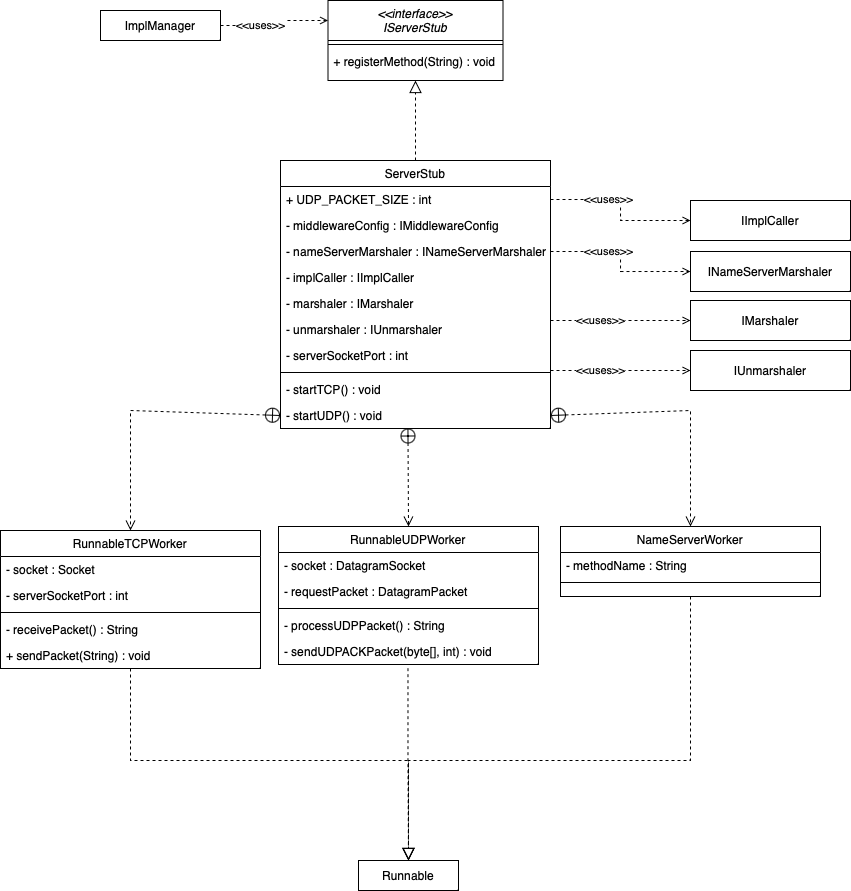
Before: doku-middleware/ServerStub-ClassDiagramm.drawio.png, a diagram exported from draw.io (PrismFox/tron-game). Source tidied: cells renumbered, new cells last; positions are measured from the earlier drawing's top-left corner, leaving out a move shared by most shapes. Its diagram source:
```xml
<mxGraphModel>
  <root>
    <mxCell id="0" />
    <mxCell id="1" parent="0" />
    <mxCell id="2" value="&lt;&lt;interface&gt;&gt;&#10;IServerStub" style="swimlane;fontStyle=2;align=center;verticalAlign=top;horizontal=1;startSize=40;rounded=0;shadow=0;strokeWidth=1;" parent="1" vertex="1">
      <mxGeometry x="327.5" width="175" height="80" as="geometry" />
    </mxCell>
    <mxCell id="3" style="line;html=1;strokeWidth=1;align=left;verticalAlign=middle;spacingTop=-1;spacingLeft=3;spacingRight=3;labelPosition=right;" parent="2" vertex="1">
      <mxGeometry y="40" width="175" height="8" as="geometry" />
    </mxCell>
    <mxCell id="4" value="+ registerMethod(String) : void " style="text;align=left;verticalAlign=top;spacingLeft=4;spacingRight=4;overflow=hidden;" parent="2" vertex="1">
      <mxGeometry y="48" width="175" height="26" as="geometry" />
    </mxCell>
    <mxCell id="5" value="ServerStub" style="swimlane;fontStyle=0;align=center;verticalAlign=top;horizontal=1;startSize=26;rounded=0;shadow=0;strokeWidth=1;" parent="1" vertex="1">
      <mxGeometry x="280" y="160" width="270" height="268" as="geometry" />
    </mxCell>
    <mxCell id="6" value="+ UDP_PACKET_SIZE : int" style="text;align=left;verticalAlign=top;spacingLeft=4;spacingRight=4;overflow=hidden;points=[[0,0.5],[1,0.5]];portConstraint=eastwest;" parent="5" vertex="1">
      <mxGeometry y="26" width="270" height="26" as="geometry" />
    </mxCell>
    <mxCell id="7" value="- middlewareConfig : IMiddlewareConfig" style="text;align=left;verticalAlign=top;spacingLeft=4;spacingRight=4;overflow=hidden;" parent="5" vertex="1">
      <mxGeometry y="52" width="270" height="26" as="geometry" />
    </mxCell>
    <mxCell id="8" value="- nameServerMarshaler : INameServerMarshaler" style="text;align=left;verticalAlign=top;spacingLeft=4;spacingRight=4;overflow=hidden;points=[[0,0.5],[1,0.5]];portConstraint=eastwest;" parent="5" vertex="1">
      <mxGeometry y="78" width="270" height="26" as="geometry" />
    </mxCell>
    <mxCell id="9" value="- implCaller : IImplCaller" style="text;align=left;verticalAlign=top;spacingLeft=4;spacingRight=4;overflow=hidden;" parent="5" vertex="1">
      <mxGeometry y="104" width="270" height="26" as="geometry" />
    </mxCell>
    <mxCell id="10" value="- marshaler : IMarshaler" style="text;align=left;verticalAlign=top;spacingLeft=4;spacingRight=4;overflow=hidden;" parent="5" vertex="1">
      <mxGeometry y="130" width="270" height="26" as="geometry" />
    </mxCell>
    <mxCell id="11" value="- unmarshaler : IUnmarshaler " style="text;align=left;verticalAlign=top;spacingLeft=4;spacingRight=4;overflow=hidden;" parent="5" vertex="1">
      <mxGeometry y="156" width="270" height="26" as="geometry" />
    </mxCell>
    <mxCell id="12" value="- serverSocketPort : int" style="text;align=left;verticalAlign=top;spacingLeft=4;spacingRight=4;overflow=hidden;" parent="5" vertex="1">
      <mxGeometry y="182" width="270" height="26" as="geometry" />
    </mxCell>
    <mxCell id="13" style="line;html=1;strokeWidth=1;align=left;verticalAlign=middle;spacingTop=-1;spacingLeft=3;spacingRight=3;labelPosition=right;" parent="5" vertex="1">
      <mxGeometry y="208" width="270" height="8" as="geometry" />
    </mxCell>
    <mxCell id="14" value="- startTCP() : void" style="text;align=left;verticalAlign=top;spacingLeft=4;spacingRight=4;overflow=hidden;" parent="5" vertex="1">
      <mxGeometry y="216" width="270" height="26" as="geometry" />
    </mxCell>
    <mxCell id="15" value="- startUDP() : void" style="text;align=left;verticalAlign=top;spacingLeft=4;spacingRight=4;overflow=hidden;points=[[0,0.5],[1,0.5]];portConstraint=eastwest;" parent="5" vertex="1">
      <mxGeometry y="242" width="270" height="26" as="geometry" />
    </mxCell>
    <mxCell id="16" style="endArrow=block;endSize=10;endFill=0;shadow=0;strokeWidth=1;rounded=0;edgeStyle=elbowEdgeStyle;elbow=vertical;dashed=1;" parent="1" edge="1" source="5" target="2">
      <mxGeometry relative="1" as="geometry" />
    </mxCell>
    <mxCell id="17" value="RunnableTCPWorker" style="swimlane;fontStyle=0;align=center;verticalAlign=top;horizontal=1;startSize=26;rounded=0;shadow=0;strokeWidth=1;" parent="1" vertex="1">
      <mxGeometry y="530" width="260" height="138" as="geometry" />
    </mxCell>
    <mxCell id="18" value="- socket : Socket" style="text;align=left;verticalAlign=top;spacingLeft=4;spacingRight=4;overflow=hidden;" parent="17" vertex="1">
      <mxGeometry y="26" width="260" height="26" as="geometry" />
    </mxCell>
    <mxCell id="19" value="- serverSocketPort : int" style="text;align=left;verticalAlign=top;spacingLeft=4;spacingRight=4;overflow=hidden;" parent="17" vertex="1">
      <mxGeometry y="52" width="260" height="26" as="geometry" />
    </mxCell>
    <mxCell id="20" style="line;html=1;strokeWidth=1;align=left;verticalAlign=middle;spacingTop=-1;spacingLeft=3;spacingRight=3;labelPosition=right;" parent="17" vertex="1">
      <mxGeometry y="78" width="260" height="8" as="geometry" />
    </mxCell>
    <mxCell id="21" value="- receivePacket() : String" style="text;align=left;verticalAlign=top;spacingLeft=4;spacingRight=4;overflow=hidden;" parent="17" vertex="1">
      <mxGeometry y="86" width="260" height="26" as="geometry" />
    </mxCell>
    <mxCell id="22" value="+ sendPacket(String) : void" style="text;align=left;verticalAlign=top;spacingLeft=4;spacingRight=4;overflow=hidden;" parent="17" vertex="1">
      <mxGeometry y="112" width="260" height="26" as="geometry" />
    </mxCell>
    <mxCell id="23" value="RunnableUDPWorker" style="swimlane;fontStyle=0;align=center;verticalAlign=top;horizontal=1;startSize=26;rounded=0;shadow=0;strokeWidth=1;" parent="1" vertex="1">
      <mxGeometry x="278" y="526" width="260" height="138" as="geometry" />
    </mxCell>
    <mxCell id="24" value="- socket : DatagramSocket" style="text;align=left;verticalAlign=top;spacingLeft=4;spacingRight=4;overflow=hidden;" parent="23" vertex="1">
      <mxGeometry y="26" width="260" height="26" as="geometry" />
    </mxCell>
    <mxCell id="25" value="- requestPacket : DatagramPacket" style="text;align=left;verticalAlign=top;spacingLeft=4;spacingRight=4;overflow=hidden;" parent="23" vertex="1">
      <mxGeometry y="52" width="260" height="26" as="geometry" />
    </mxCell>
    <mxCell id="26" style="line;html=1;strokeWidth=1;align=left;verticalAlign=middle;spacingTop=-1;spacingLeft=3;spacingRight=3;labelPosition=right;" parent="23" vertex="1">
      <mxGeometry y="78" width="260" height="8" as="geometry" />
    </mxCell>
    <mxCell id="27" value="- processUDPPacket() : String" style="text;align=left;verticalAlign=top;spacingLeft=4;spacingRight=4;overflow=hidden;" parent="23" vertex="1">
      <mxGeometry y="86" width="260" height="26" as="geometry" />
    </mxCell>
    <mxCell id="28" value="- sendUDPACKPacket(byte[], int) : void" style="text;align=left;verticalAlign=top;spacingLeft=4;spacingRight=4;overflow=hidden;points=[[0,0.5],[1,0.5]];portConstraint=eastwest;" parent="23" vertex="1">
      <mxGeometry y="112" width="260" height="26" as="geometry" />
    </mxCell>
    <mxCell id="29" value="NameServerWorker" style="swimlane;fontStyle=0;align=center;verticalAlign=top;horizontal=1;startSize=26;rounded=0;shadow=0;strokeWidth=1;" parent="1" vertex="1">
      <mxGeometry x="560" y="526" width="260" height="70" as="geometry" />
    </mxCell>
    <mxCell id="30" value="- methodName : String" style="text;align=left;verticalAlign=top;spacingLeft=4;spacingRight=4;overflow=hidden;" parent="29" vertex="1">
      <mxGeometry y="26" width="260" height="26" as="geometry" />
    </mxCell>
    <mxCell id="31" style="line;html=1;strokeWidth=1;align=left;verticalAlign=middle;spacingTop=-1;spacingLeft=3;spacingRight=3;labelPosition=right;" parent="29" vertex="1">
      <mxGeometry y="52" width="260" height="8" as="geometry" />
    </mxCell>
    <mxCell id="32" value="Runnable" style="rounded=0;whiteSpace=wrap;html=1;" parent="1" vertex="1">
      <mxGeometry x="358" y="860" width="100" height="30" as="geometry" />
    </mxCell>
    <mxCell id="33" value="INameServerMarshaler" style="rounded=0;whiteSpace=wrap;html=1;" parent="1" vertex="1">
      <mxGeometry x="690" y="251" width="160" height="40" as="geometry" />
    </mxCell>
    <mxCell id="34" style="edgeStyle=orthogonalEdgeStyle;rounded=0;jettySize=auto;html=1;entryX=0;entryY=0.5;entryDx=0;entryDy=0;dashed=1;endArrow=open;endFill=0;exitX=1;exitY=0.5;exitDx=0;exitDy=0;" parent="1" edge="1" source="8" target="33">
      <mxGeometry relative="1" as="geometry" />
    </mxCell>
    <mxCell id="35" value="&amp;lt;&amp;lt;uses&amp;gt;&amp;gt;" style="edgeLabel;html=1;align=center;verticalAlign=middle;" parent="34" vertex="1">
      <mxGeometry x="-0.29" relative="1" as="geometry" />
    </mxCell>
    <mxCell id="36" style="endArrow=open;startArrow=circlePlus;endFill=0;startFill=0;endSize=8;html=1;rounded=0;dashed=1;entryX=0.5;entryY=0;entryDx=0;entryDy=0;exitX=0.472;exitY=0.981;exitDx=0;exitDy=0;exitPerimeter=0;" parent="1" edge="1" source="15" target="23">
      <mxGeometry relative="1" as="geometry" />
    </mxCell>
    <mxCell id="37" style="endArrow=open;startArrow=circlePlus;endFill=0;startFill=0;endSize=8;html=1;rounded=0;dashed=1;entryX=0.5;entryY=0;entryDx=0;entryDy=0;exitX=1;exitY=0.5;exitDx=0;exitDy=0;" parent="1" edge="1" source="15" target="29">
      <mxGeometry relative="1" as="geometry">
        <Array as="points">
          <mxPoint x="690" y="410" />
        </Array>
      </mxGeometry>
    </mxCell>
    <mxCell id="38" style="endArrow=open;startArrow=circlePlus;endFill=0;startFill=0;endSize=8;html=1;rounded=0;dashed=1;entryX=0.5;entryY=0;entryDx=0;entryDy=0;exitX=0;exitY=0.5;exitDx=0;exitDy=0;" parent="1" edge="1" source="15" target="17">
      <mxGeometry relative="1" as="geometry">
        <Array as="points">
          <mxPoint x="130" y="410" />
        </Array>
      </mxGeometry>
    </mxCell>
    <mxCell id="39" style="endArrow=block;endSize=10;endFill=0;shadow=0;strokeWidth=1;rounded=0;edgeStyle=elbowEdgeStyle;elbow=vertical;dashed=1;exitX=0.5;exitY=1;exitDx=0;exitDy=0;entryX=0.5;entryY=0;entryDx=0;entryDy=0;" parent="1" edge="1" source="29" target="32">
      <mxGeometry relative="1" as="geometry">
        <Array as="points">
          <mxPoint x="550" y="760" />
        </Array>
      </mxGeometry>
    </mxCell>
    <mxCell id="40" style="endArrow=block;endSize=10;endFill=0;shadow=0;strokeWidth=1;rounded=0;edgeStyle=elbowEdgeStyle;elbow=vertical;dashed=1;exitX=0.5;exitY=1;exitDx=0;exitDy=0;entryX=0.5;entryY=0;entryDx=0;entryDy=0;" parent="1" edge="1" source="17" target="32">
      <mxGeometry relative="1" as="geometry">
        <Array as="points">
          <mxPoint x="260" y="760" />
        </Array>
      </mxGeometry>
    </mxCell>
    <mxCell id="41" style="endArrow=block;endSize=10;endFill=0;shadow=0;strokeWidth=1;rounded=0;edgeStyle=elbowEdgeStyle;elbow=vertical;dashed=1;exitX=0.498;exitY=1.141;exitDx=0;exitDy=0;entryX=0.5;entryY=0;entryDx=0;entryDy=0;exitPerimeter=0;" parent="1" edge="1" source="28" target="32">
      <mxGeometry relative="1" as="geometry" />
    </mxCell>
    <mxCell id="42" value="ImplManager" style="rounded=0;whiteSpace=wrap;html=1;" parent="1" vertex="1">
      <mxGeometry x="100" y="10" width="120" height="30" as="geometry" />
    </mxCell>
    <mxCell id="43" style="edgeStyle=orthogonalEdgeStyle;rounded=0;jettySize=auto;html=1;entryX=0;entryY=0.25;entryDx=0;entryDy=0;dashed=1;endArrow=open;endFill=0;exitX=1;exitY=0.5;exitDx=0;exitDy=0;" parent="1" edge="1" source="42" target="2">
      <mxGeometry relative="1" as="geometry" />
    </mxCell>
    <mxCell id="44" value="&amp;lt;&amp;lt;uses&amp;gt;&amp;gt;" style="edgeLabel;html=1;align=center;verticalAlign=middle;" parent="43" vertex="1">
      <mxGeometry x="-0.29" relative="1" as="geometry" />
    </mxCell>
    <mxCell id="45" value="IImplCaller" style="rounded=0;whiteSpace=wrap;html=1;" parent="1" vertex="1">
      <mxGeometry x="690" y="200" width="160" height="40" as="geometry" />
    </mxCell>
    <mxCell id="46" style="edgeStyle=orthogonalEdgeStyle;rounded=0;jettySize=auto;html=1;entryX=0;entryY=0.5;entryDx=0;entryDy=0;dashed=1;endArrow=open;endFill=0;exitX=1;exitY=0.5;exitDx=0;exitDy=0;" parent="1" edge="1" source="6" target="45">
      <mxGeometry relative="1" as="geometry" />
    </mxCell>
    <mxCell id="47" value="&amp;lt;&amp;lt;uses&amp;gt;&amp;gt;" style="edgeLabel;html=1;align=center;verticalAlign=middle;" parent="46" vertex="1">
      <mxGeometry x="-0.29" relative="1" as="geometry" />
    </mxCell>
    <mxCell id="48" value="IMarshaler" style="rounded=0;whiteSpace=wrap;html=1;" parent="1" vertex="1">
      <mxGeometry x="690" y="300" width="160" height="40" as="geometry" />
    </mxCell>
    <mxCell id="49" style="edgeStyle=orthogonalEdgeStyle;rounded=0;jettySize=auto;html=1;entryX=0;entryY=0.5;entryDx=0;entryDy=0;dashed=1;endArrow=open;endFill=0;exitX=1;exitY=0.5;exitDx=0;exitDy=0;" parent="1" edge="1" target="48">
      <mxGeometry relative="1" as="geometry">
        <mxPoint x="550" y="320" as="sourcePoint" />
      </mxGeometry>
    </mxCell>
    <mxCell id="50" value="&amp;lt;&amp;lt;uses&amp;gt;&amp;gt;" style="edgeLabel;html=1;align=center;verticalAlign=middle;" parent="49" vertex="1">
      <mxGeometry x="-0.29" relative="1" as="geometry" />
    </mxCell>
    <mxCell id="51" value="IUnmarshaler" style="rounded=0;whiteSpace=wrap;html=1;" parent="1" vertex="1">
      <mxGeometry x="690" y="350" width="160" height="40" as="geometry" />
    </mxCell>
    <mxCell id="52" style="edgeStyle=orthogonalEdgeStyle;rounded=0;jettySize=auto;html=1;entryX=0;entryY=0.5;entryDx=0;entryDy=0;dashed=1;endArrow=open;endFill=0;exitX=1;exitY=0.5;exitDx=0;exitDy=0;" parent="1" edge="1" target="51">
      <mxGeometry relative="1" as="geometry">
        <mxPoint x="550" y="370" as="sourcePoint" />
      </mxGeometry>
    </mxCell>
    <mxCell id="53" value="&amp;lt;&amp;lt;uses&amp;gt;&amp;gt;" style="edgeLabel;html=1;align=center;verticalAlign=middle;" parent="52" vertex="1">
      <mxGeometry x="-0.29" relative="1" as="geometry" />
    </mxCell>
  </root>
</mxGraphModel>
```
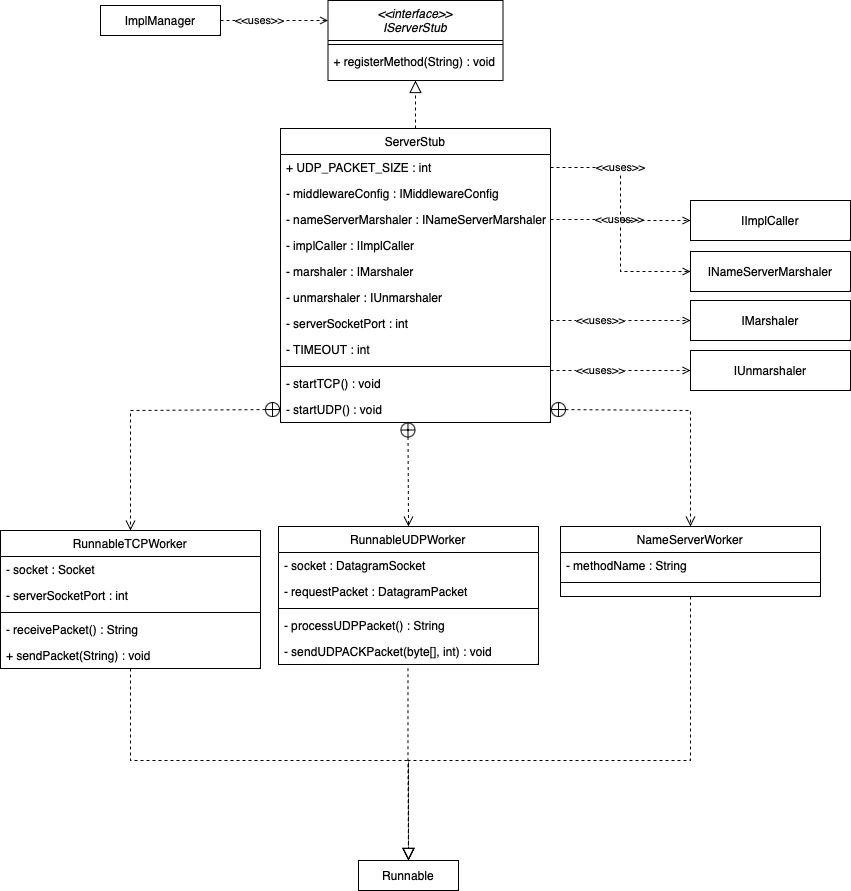
After the commit.

What changed in the source:
```diff
@@ -12,7 +12,7 @@
       <mxGeometry y="48" width="175" height="26" as="geometry" />
     </mxCell>
     <mxCell id="5" value="ServerStub" style="swimlane;fontStyle=0;align=center;verticalAlign=top;horizontal=1;startSize=26;rounded=0;shadow=0;strokeWidth=1;" parent="1" vertex="1">
-      <mxGeometry x="280" y="160" width="270" height="268" as="geometry" />
+      <mxGeometry x="280" y="128" width="270" height="294" as="geometry" />
     </mxCell>
     <mxCell id="6" value="+ UDP_PACKET_SIZE : int" style="text;align=left;verticalAlign=top;spacingLeft=4;spacingRight=4;overflow=hidden;points=[[0,0.5],[1,0.5]];portConstraint=eastwest;" parent="5" vertex="1">
       <mxGeometry y="26" width="270" height="26" as="geometry" />
@@ -35,14 +35,17 @@
     <mxCell id="12" value="- serverSocketPort : int" style="text;align=left;verticalAlign=top;spacingLeft=4;spacingRight=4;overflow=hidden;" parent="5" vertex="1">
       <mxGeometry y="182" width="270" height="26" as="geometry" />
     </mxCell>
+    <mxCell id="54" value="- TIMEOUT : int" style="text;align=left;verticalAlign=top;spacingLeft=4;spacingRight=4;overflow=hidden;" parent="5" vertex="1">
+      <mxGeometry y="208" width="270" height="26" as="geometry" />
+    </mxCell>
     <mxCell id="13" style="line;html=1;strokeWidth=1;align=left;verticalAlign=middle;spacingTop=-1;spacingLeft=3;spacingRight=3;labelPosition=right;" parent="5" vertex="1">
-      <mxGeometry y="208" width="270" height="8" as="geometry" />
+      <mxGeometry y="234" width="270" height="8" as="geometry" />
     </mxCell>
     <mxCell id="14" value="- startTCP() : void" style="text;align=left;verticalAlign=top;spacingLeft=4;spacingRight=4;overflow=hidden;" parent="5" vertex="1">
-      <mxGeometry y="216" width="270" height="26" as="geometry" />
+      <mxGeometry y="242" width="270" height="26" as="geometry" />
     </mxCell>
     <mxCell id="15" value="- startUDP() : void" style="text;align=left;verticalAlign=top;spacingLeft=4;spacingRight=4;overflow=hidden;points=[[0,0.5],[1,0.5]];portConstraint=eastwest;" parent="5" vertex="1">
-      <mxGeometry y="242" width="270" height="26" as="geometry" />
+      <mxGeometry y="268" width="270" height="26" as="geometry" />
     </mxCell>
     <mxCell id="16" style="endArrow=block;endSize=10;endFill=0;shadow=0;strokeWidth=1;rounded=0;edgeStyle=elbowEdgeStyle;elbow=vertical;dashed=1;" parent="1" edge="1" source="5" target="2">
       <mxGeometry relative="1" as="geometry" />
@@ -139,7 +142,7 @@
       <mxGeometry relative="1" as="geometry" />
     </mxCell>
     <mxCell id="42" value="ImplManager" style="rounded=0;whiteSpace=wrap;html=1;" parent="1" vertex="1">
-      <mxGeometry x="100" y="10" width="120" height="30" as="geometry" />
+      <mxGeometry x="100" y="5" width="120" height="30" as="geometry" />
     </mxCell>
     <mxCell id="43" style="edgeStyle=orthogonalEdgeStyle;rounded=0;jettySize=auto;html=1;entryX=0;entryY=0.25;entryDx=0;entryDy=0;dashed=1;endArrow=open;endFill=0;exitX=1;exitY=0.5;exitDx=0;exitDy=0;" parent="1" edge="1" source="42" target="2">
       <mxGeometry relative="1" as="geometry" />
```
